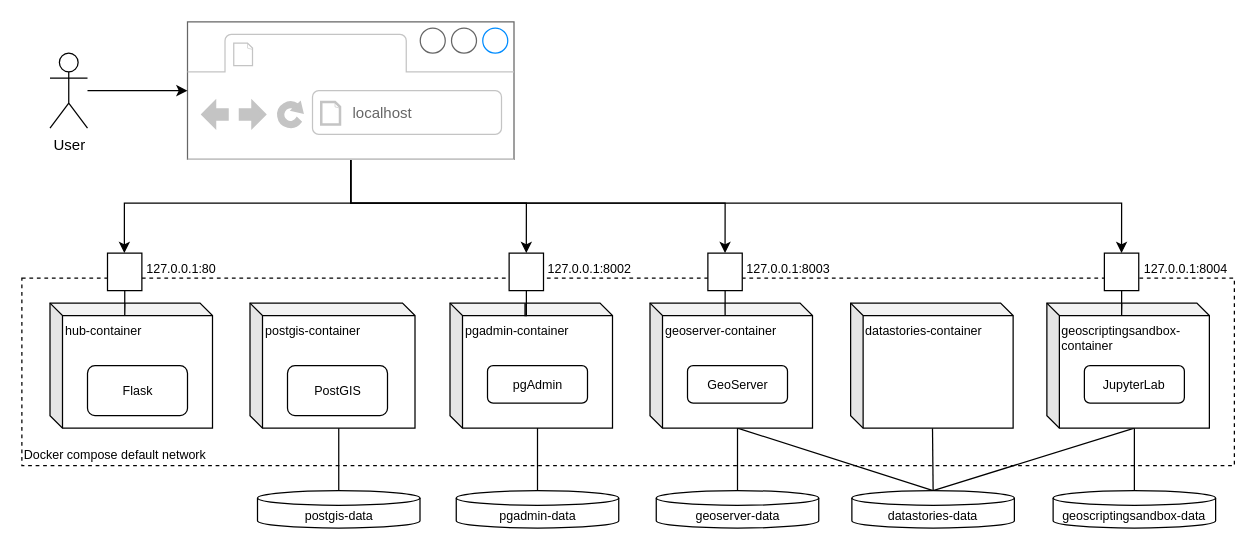
Earlier version of the draw.io diagram thesis/img/composeSetup.drawio (folinimarc/os_gis_sandbox). Source tidied: cells renumbered, new cells numbered last; positions are measured from the earlier drawing's top-left corner, leaving out a move shared by most shapes. Both pictures are drawn from the tidied source at 125%, with x=0, y=0 at pixel (21, 21).
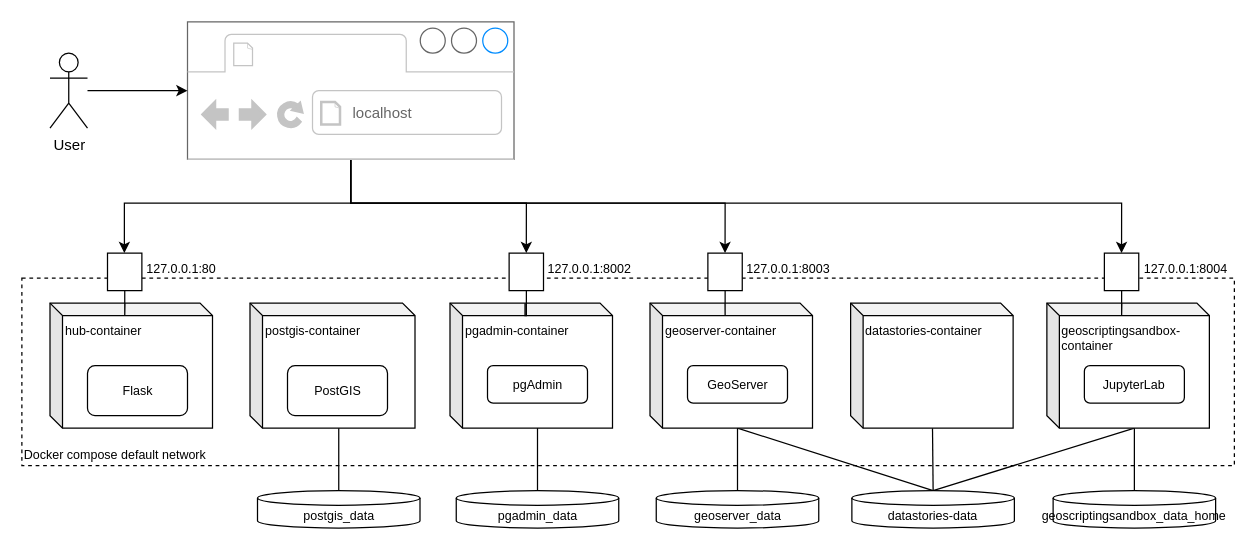
After the change.

Diff of the diagram source:
```diff
@@
-    <mxCell id="16" value="geoscriptingsandbox-data" style="shape=cylinder3;whiteSpace=wrap;html=1;boundedLbl=1;backgroundOutline=1;size=5.88232421875;fontSize=10;" parent="1" vertex="1">
+    <mxCell id="16" value="geoscriptingsandbox_data_home" style="shape=cylinder3;whiteSpace=wrap;html=1;boundedLbl=1;backgroundOutline=1;size=5.88232421875;fontSize=10;" parent="1" vertex="1">
       <mxGeometry x="825" y="375" width="130" height="30" as="geometry" />
     </mxCell>
@@
-    <mxCell id="18" value="geoserver-data" style="shape=cylinder3;whiteSpace=wrap;html=1;boundedLbl=1;backgroundOutline=1;size=5.88232421875;fontSize=10;" parent="1" vertex="1">
+    <mxCell id="18" value="geoserver_data" style="shape=cylinder3;whiteSpace=wrap;html=1;boundedLbl=1;backgroundOutline=1;size=5.88232421875;fontSize=10;" parent="1" vertex="1">
       <mxGeometry x="507.5" y="375" width="130" height="30" as="geometry" />
     </mxCell>
@@
-    <mxCell id="20" value="pgadmin-data" style="shape=cylinder3;whiteSpace=wrap;html=1;boundedLbl=1;backgroundOutline=1;size=5.88232421875;fontSize=10;" parent="1" vertex="1">
+    <mxCell id="20" value="pgadmin_data" style="shape=cylinder3;whiteSpace=wrap;html=1;boundedLbl=1;backgroundOutline=1;size=5.88232421875;fontSize=10;" parent="1" vertex="1">
       <mxGeometry x="347.5" y="375" width="130" height="30" as="geometry" />
     </mxCell>
@@
-    <mxCell id="22" value="postgis-data" style="shape=cylinder3;whiteSpace=wrap;html=1;boundedLbl=1;backgroundOutline=1;size=5.88232421875;fontSize=10;" parent="1" vertex="1">
+    <mxCell id="22" value="postgis_data" style="shape=cylinder3;whiteSpace=wrap;html=1;boundedLbl=1;backgroundOutline=1;size=5.88232421875;fontSize=10;" parent="1" vertex="1">
       <mxGeometry x="188.5" y="375" width="130" height="30" as="geometry" />
     </mxCell>
```
